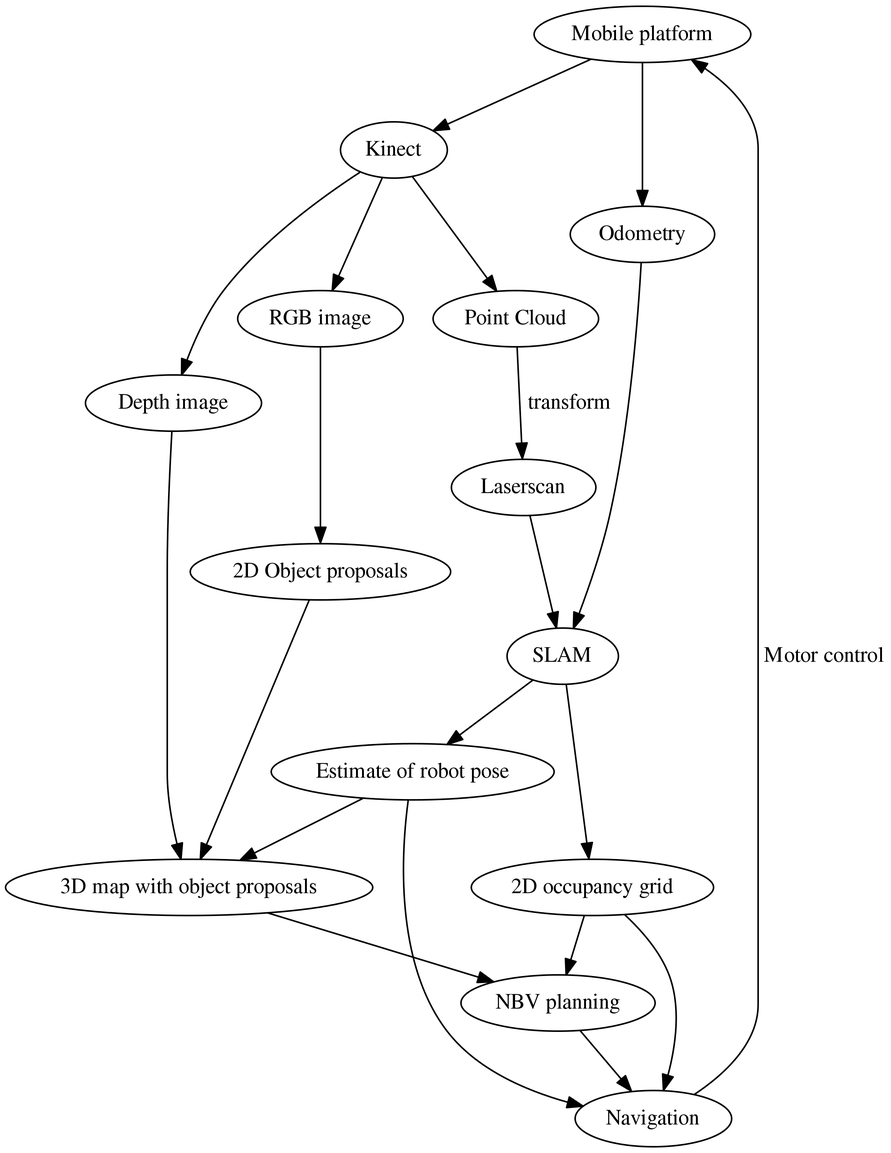
Above: final_report/dot/overview.png in Fabse92/cv_project (Graphviz), before the change. Its source is kept beside it as final_report/dot/overview.dot. Its diagram source:
```dot
digraph G {
  graph [ dpi = 300 ];
	"Mobile platform" -> "Kinect"
	"Mobile platform" -> "Odometry"
	"Kinect" -> "RGB image"
	"Kinect" -> "Depth image"
	"Odometry" -> "SLAM"
	"Kinect" -> "Point Cloud"
	"Point Cloud" -> "Laserscan" [label = " transform"]
	"Depth image" -> "3D map with object proposals"
	"Laserscan" -> "SLAM"
	"RGB image" -> "2D Object proposals"
	"SLAM" -> "2D occupancy grid"
	"SLAM" -> "Estimate of robot pose"
	"2D Object proposals" -> "3D map with object proposals"
	"Estimate of robot pose" -> "3D map with object proposals"
	"3D map with object proposals" -> "NBV planning"
	"2D occupancy grid" -> "NBV planning"
	"NBV planning" -> "Navigation"
	"2D occupancy grid" -> "Navigation"
	"Estimate of robot pose" -> "Navigation"
	"Navigation" -> "Mobile platform" [label = " Motor control"]
}
```
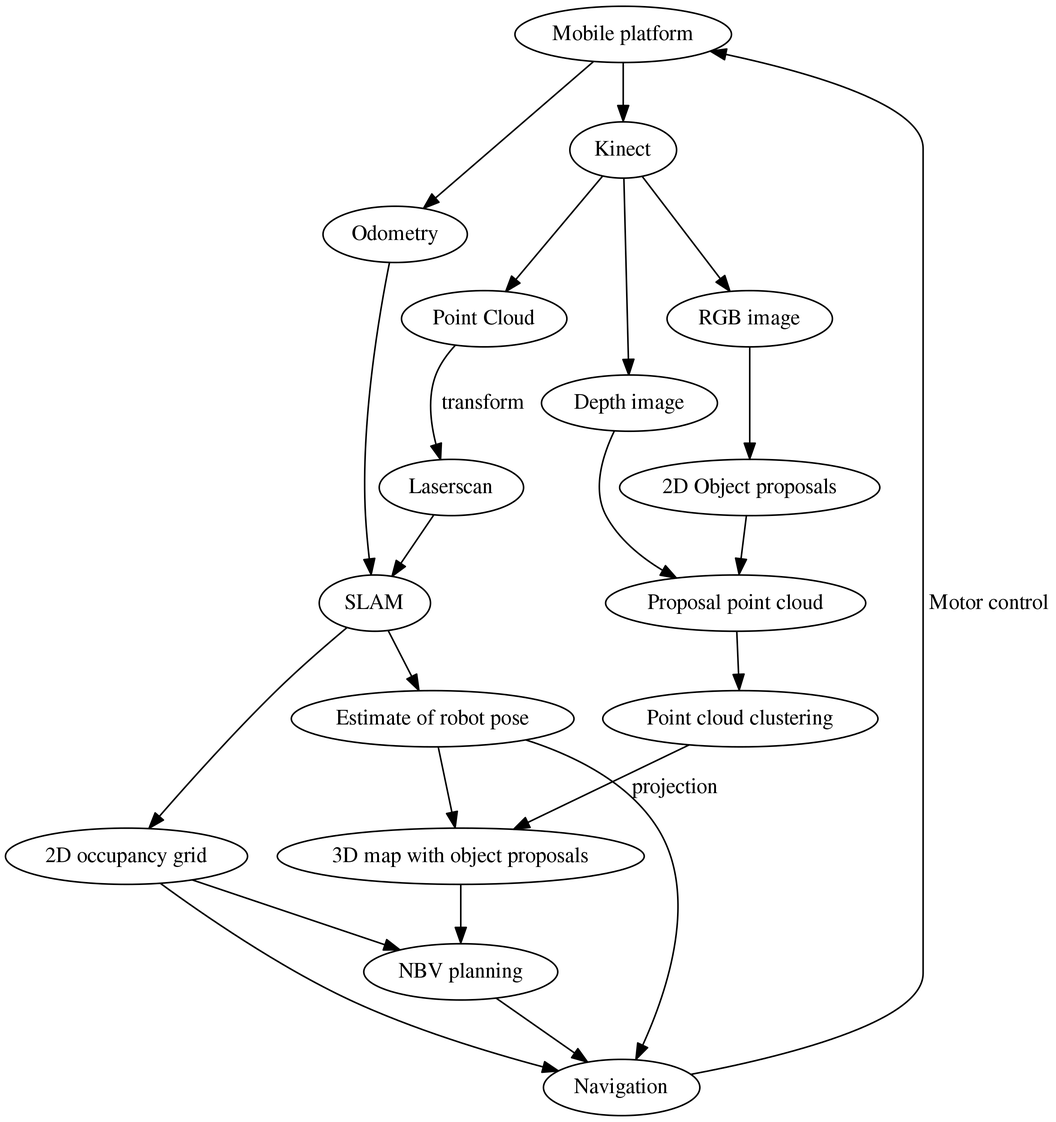
After the change.

Commit message:
Updated flow chart

What changed in the source:
```diff
@@ -7,12 +7,14 @@
 	"Odometry" -> "SLAM"
 	"Kinect" -> "Point Cloud"
 	"Point Cloud" -> "Laserscan" [label = " transform"]
-	"Depth image" -> "3D map with object proposals"
+	"Depth image" -> "Proposal point cloud"
 	"Laserscan" -> "SLAM"
 	"RGB image" -> "2D Object proposals"
 	"SLAM" -> "2D occupancy grid"
 	"SLAM" -> "Estimate of robot pose"
-	"2D Object proposals" -> "3D map with object proposals"
+	"2D Object proposals" -> "Proposal point cloud"
+	"Proposal point cloud" -> "Point cloud clustering"
+	"Point cloud clustering" -> "3D map with object proposals" [label = " projection"]
 	"Estimate of robot pose" -> "3D map with object proposals"
 	"3D map with object proposals" -> "NBV planning"
 	"2D occupancy grid" -> "NBV planning"
```
